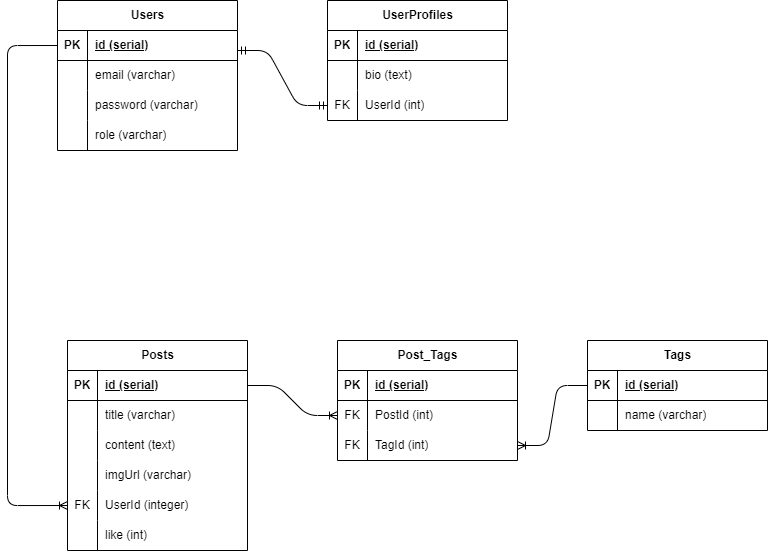
Earlier version of the draw.io export server/schema.drawio.png (MuhammadFikri98/IP-FIKRI). Source tidied: cells renumbered, new cells last; positions are measured from the earlier drawing's top-left corner, leaving out a move shared by most shapes.
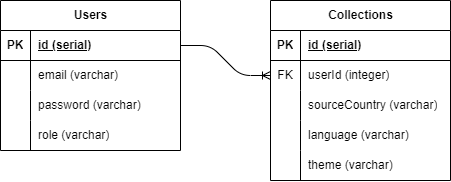
After the change.

What changed in the source:
```diff
@@ -3,7 +3,7 @@
     <mxCell id="0" />
     <mxCell id="1" parent="0" />
     <mxCell id="2" value="Users" style="shape=table;startSize=30;rowLines=0;fontStyle=1;align=center;html=1;" parent="1" vertex="1">
-      <mxGeometry x="50" width="180" height="150" as="geometry" />
+      <mxGeometry x="100" y="-20" width="180" height="150" as="geometry" />
     </mxCell>
     <mxCell id="3" style="shape=tableRow;horizontal=0;startSize=0;swimlaneHead=0;swimlaneBody=0;fillColor=none;points=[[0,0.5],[1,0.5]];portConstraint=eastwest;top=0;left=0;right=0;bottom=1;" parent="2" vertex="1">
       <mxGeometry y="30" width="180" height="30" as="geometry" />
@@ -41,8 +41,8 @@
     <mxCell id="14" value="role (varchar)" style="shape=partialRectangle;fillColor=none;top=0;left=0;bottom=0;right=0;align=left;spacingLeft=6;overflow=hidden;whiteSpace=wrap;html=1;" parent="12" vertex="1">
       <mxGeometry x="30" width="150" height="30" as="geometry" />
     </mxCell>
-    <mxCell id="15" value="Posts" style="shape=table;startSize=30;rowLines=0;fontStyle=1;align=center;html=1;" parent="1" vertex="1">
-      <mxGeometry x="60" y="340" width="180" height="210" as="geometry" />
+    <mxCell id="15" value="Collections" style="shape=table;startSize=30;rowLines=0;fontStyle=1;align=center;html=1;" parent="1" vertex="1">
+      <mxGeometry x="370" y="-20" width="180" height="180" as="geometry" />
     </mxCell>
     <mxCell id="16" style="shape=tableRow;horizontal=0;startSize=0;swimlaneHead=0;swimlaneBody=0;fillColor=none;points=[[0,0.5],[1,0.5]];portConstraint=eastwest;top=0;left=0;right=0;bottom=1;" parent="15" vertex="1">
       <mxGeometry y="30" width="180" height="30" as="geometry" />
@@ -56,152 +56,41 @@
     <mxCell id="19" style="shape=tableRow;horizontal=0;startSize=0;swimlaneHead=0;swimlaneBody=0;fillColor=none;points=[[0,0.5],[1,0.5]];portConstraint=eastwest;top=0;left=0;right=0;bottom=0;" parent="15" vertex="1">
       <mxGeometry y="60" width="180" height="30" as="geometry" />
     </mxCell>
-    <mxCell id="20" style="shape=partialRectangle;fillColor=none;top=0;left=0;bottom=0;right=0;overflow=hidden;whiteSpace=wrap;html=1;" parent="19" vertex="1">
+    <mxCell id="20" value="FK" style="shape=partialRectangle;fillColor=none;top=0;left=0;bottom=0;right=0;overflow=hidden;whiteSpace=wrap;html=1;" parent="19" vertex="1">
       <mxGeometry width="30" height="30" as="geometry" />
     </mxCell>
-    <mxCell id="21" value="title (varchar)" style="shape=partialRectangle;fillColor=none;top=0;left=0;bottom=0;right=0;align=left;spacingLeft=6;overflow=hidden;whiteSpace=wrap;html=1;" parent="19" vertex="1">
+    <mxCell id="21" value="&lt;span style=&quot;color: rgb(0, 0, 0);&quot;&gt;userId (integer)&lt;/span&gt;" style="shape=partialRectangle;fillColor=none;top=0;left=0;bottom=0;right=0;align=left;spacingLeft=6;overflow=hidden;whiteSpace=wrap;html=1;" parent="19" vertex="1">
       <mxGeometry x="30" width="150" height="30" as="geometry" />
     </mxCell>
+    <mxCell id="65" style="shape=tableRow;horizontal=0;startSize=0;swimlaneHead=0;swimlaneBody=0;fillColor=none;top=0;left=0;right=0;bottom=0;" parent="15" vertex="1">
+      <mxGeometry y="90" width="180" height="30" as="geometry" />
+    </mxCell>
+    <mxCell id="66" style="shape=partialRectangle;fillColor=none;top=0;left=0;bottom=0;right=0;overflow=hidden;whiteSpace=wrap;html=1;" parent="65" vertex="1">
+      <mxGeometry width="30" height="30" as="geometry" />
+    </mxCell>
+    <mxCell id="67" value="sourceCountry (varchar)" style="shape=partialRectangle;fillColor=none;top=0;left=0;bottom=0;right=0;align=left;spacingLeft=6;overflow=hidden;whiteSpace=wrap;html=1;" parent="65" vertex="1">
+      <mxGeometry x="30" width="150" height="30" as="geometry" />
+    </mxCell>
     <mxCell id="22" style="shape=tableRow;horizontal=0;startSize=0;swimlaneHead=0;swimlaneBody=0;fillColor=none;top=0;left=0;right=0;bottom=0;" parent="15" vertex="1">
-      <mxGeometry y="90" width="180" height="30" as="geometry" />
+      <mxGeometry y="120" width="180" height="30" as="geometry" />
     </mxCell>
     <mxCell id="23" style="shape=partialRectangle;fillColor=none;top=0;left=0;bottom=0;right=0;overflow=hidden;whiteSpace=wrap;html=1;" parent="22" vertex="1">
       <mxGeometry width="30" height="30" as="geometry" />
     </mxCell>
-    <mxCell id="24" value="content (text)" style="shape=partialRectangle;fillColor=none;top=0;left=0;bottom=0;right=0;align=left;spacingLeft=6;overflow=hidden;whiteSpace=wrap;html=1;" parent="22" vertex="1">
+    <mxCell id="24" value="language (varchar)" style="shape=partialRectangle;fillColor=none;top=0;left=0;bottom=0;right=0;align=left;spacingLeft=6;overflow=hidden;whiteSpace=wrap;html=1;" parent="22" vertex="1">
       <mxGeometry x="30" width="150" height="30" as="geometry" />
     </mxCell>
-    <mxCell id="25" style="shape=tableRow;horizontal=0;startSize=0;swimlaneHead=0;swimlaneBody=0;fillColor=none;top=0;left=0;right=0;bottom=0;" parent="15" vertex="1">
-      <mxGeometry y="120" width="180" height="30" as="geometry" />
-    </mxCell>
-    <mxCell id="26" style="shape=partialRectangle;fillColor=none;top=0;left=0;bottom=0;right=0;overflow=hidden;whiteSpace=wrap;html=1;" parent="25" vertex="1">
-      <mxGeometry width="30" height="30" as="geometry" />
-    </mxCell>
-    <mxCell id="27" value="imgUrl (varchar)" style="shape=partialRectangle;fillColor=none;top=0;left=0;bottom=0;right=0;align=left;spacingLeft=6;overflow=hidden;whiteSpace=wrap;html=1;" parent="25" vertex="1">
-      <mxGeometry x="30" width="150" height="30" as="geometry" />
-    </mxCell>
     <mxCell id="28" style="shape=tableRow;horizontal=0;startSize=0;swimlaneHead=0;swimlaneBody=0;fillColor=none;points=[[0,0.5],[1,0.5]];portConstraint=eastwest;top=0;left=0;right=0;bottom=0;" parent="15" vertex="1">
       <mxGeometry y="150" width="180" height="30" as="geometry" />
     </mxCell>
-    <mxCell id="29" value="FK" style="shape=partialRectangle;fillColor=none;top=0;left=0;bottom=0;right=0;overflow=hidden;whiteSpace=wrap;html=1;" parent="28" vertex="1">
-      <mxGeometry width="30" height="30" as="geometry" />
-    </mxCell>
-    <mxCell id="30" value="UserId (integer)" style="shape=partialRectangle;fillColor=none;top=0;left=0;bottom=0;right=0;align=left;spacingLeft=6;overflow=hidden;whiteSpace=wrap;html=1;" parent="28" vertex="1">
-      <mxGeometry x="30" width="150" height="30" as="geometry" />
-    </mxCell>
-    <mxCell id="31" style="shape=tableRow;horizontal=0;startSize=0;swimlaneHead=0;swimlaneBody=0;fillColor=none;top=0;left=0;right=0;bottom=0;" parent="15" vertex="1">
-      <mxGeometry y="180" width="180" height="30" as="geometry" />
-    </mxCell>
-    <mxCell id="32" style="shape=partialRectangle;fillColor=none;top=0;left=0;bottom=0;right=0;overflow=hidden;whiteSpace=wrap;html=1;" parent="31" vertex="1">
-      <mxGeometry width="30" height="30" as="geometry" />
-    </mxCell>
-    <mxCell id="33" value="like (int)" style="shape=partialRectangle;fillColor=none;top=0;left=0;bottom=0;right=0;align=left;spacingLeft=6;overflow=hidden;whiteSpace=wrap;html=1;" parent="31" vertex="1">
-      <mxGeometry x="30" width="150" height="30" as="geometry" />
-    </mxCell>
-    <mxCell id="34" value="Tags" style="shape=table;startSize=30;rowLines=0;fontStyle=1;align=center;html=1;" parent="1" vertex="1">
-      <mxGeometry x="580" y="340" width="180" height="90" as="geometry" />
-    </mxCell>
-    <mxCell id="35" style="shape=tableRow;horizontal=0;startSize=0;swimlaneHead=0;swimlaneBody=0;fillColor=none;points=[[0,0.5],[1,0.5]];portConstraint=eastwest;top=0;left=0;right=0;bottom=1;" parent="34" vertex="1">
-      <mxGeometry y="30" width="180" height="30" as="geometry" />
-    </mxCell>
-    <mxCell id="36" value="PK" style="shape=partialRectangle;fillColor=none;top=0;left=0;bottom=0;right=0;fontStyle=1;overflow=hidden;whiteSpace=wrap;html=1;" parent="35" vertex="1">
-      <mxGeometry width="30" height="30" as="geometry" />
-    </mxCell>
-    <mxCell id="37" value="id (serial)" style="shape=partialRectangle;fillColor=none;top=0;left=0;bottom=0;right=0;align=left;spacingLeft=6;fontStyle=5;overflow=hidden;whiteSpace=wrap;html=1;" parent="35" vertex="1">
-      <mxGeometry x="30" width="150" height="30" as="geometry" />
-    </mxCell>
-    <mxCell id="38" style="shape=tableRow;horizontal=0;startSize=0;swimlaneHead=0;swimlaneBody=0;fillColor=none;top=0;left=0;right=0;bottom=0;" parent="34" vertex="1">
-      <mxGeometry y="60" width="180" height="30" as="geometry" />
-    </mxCell>
-    <mxCell id="39" style="shape=partialRectangle;fillColor=none;top=0;left=0;bottom=0;right=0;overflow=hidden;whiteSpace=wrap;html=1;" parent="38" vertex="1">
-      <mxGeometry width="30" height="30" as="geometry" />
-    </mxCell>
-    <mxCell id="40" value="name (varchar)" style="shape=partialRectangle;fillColor=none;top=0;left=0;bottom=0;right=0;align=left;spacingLeft=6;overflow=hidden;whiteSpace=wrap;html=1;" parent="38" vertex="1">
-      <mxGeometry x="30" width="150" height="30" as="geometry" />
-    </mxCell>
-    <mxCell id="41" value="Post_Tags" style="shape=table;startSize=30;rowLines=0;fontStyle=1;align=center;html=1;" parent="1" vertex="1">
-      <mxGeometry x="330" y="340" width="180" height="120" as="geometry" />
-    </mxCell>
-    <mxCell id="42" style="shape=tableRow;horizontal=0;startSize=0;swimlaneHead=0;swimlaneBody=0;fillColor=none;top=0;left=0;right=0;bottom=1;" parent="41" vertex="1">
-      <mxGeometry y="30" width="180" height="30" as="geometry" />
-    </mxCell>
-    <mxCell id="43" value="PK" style="shape=partialRectangle;fillColor=none;top=0;left=0;bottom=0;right=0;fontStyle=1;overflow=hidden;whiteSpace=wrap;html=1;" parent="42" vertex="1">
-      <mxGeometry width="30" height="30" as="geometry" />
-    </mxCell>
-    <mxCell id="44" value="id (serial)" style="shape=partialRectangle;fillColor=none;top=0;left=0;bottom=0;right=0;align=left;spacingLeft=6;fontStyle=5;overflow=hidden;whiteSpace=wrap;html=1;" parent="42" vertex="1">
-      <mxGeometry x="30" width="150" height="30" as="geometry" />
-    </mxCell>
-    <mxCell id="45" style="shape=tableRow;horizontal=0;startSize=0;swimlaneHead=0;swimlaneBody=0;fillColor=none;points=[[0,0.5],[1,0.5]];portConstraint=eastwest;top=0;left=0;right=0;bottom=0;" parent="41" vertex="1">
-      <mxGeometry y="60" width="180" height="30" as="geometry" />
-    </mxCell>
-    <mxCell id="46" value="FK" style="shape=partialRectangle;fillColor=none;top=0;left=0;bottom=0;right=0;overflow=hidden;whiteSpace=wrap;html=1;" parent="45" vertex="1">
-      <mxGeometry width="30" height="30" as="geometry" />
-    </mxCell>
-    <mxCell id="47" value="PostId (int)" style="shape=partialRectangle;fillColor=none;top=0;left=0;bottom=0;right=0;align=left;spacingLeft=6;overflow=hidden;whiteSpace=wrap;html=1;" parent="45" vertex="1">
-      <mxGeometry x="30" width="150" height="30" as="geometry" />
-    </mxCell>
-    <mxCell id="48" style="shape=tableRow;horizontal=0;startSize=0;swimlaneHead=0;swimlaneBody=0;fillColor=none;points=[[0,0.5],[1,0.5]];portConstraint=eastwest;top=0;left=0;right=0;bottom=0;" parent="41" vertex="1">
-      <mxGeometry y="90" width="180" height="30" as="geometry" />
-    </mxCell>
-    <mxCell id="49" value="FK" style="shape=partialRectangle;fillColor=none;top=0;left=0;bottom=0;right=0;overflow=hidden;whiteSpace=wrap;html=1;" parent="48" vertex="1">
-      <mxGeometry width="30" height="30" as="geometry" />
-    </mxCell>
-    <mxCell id="50" value="TagId (int)" style="shape=partialRectangle;fillColor=none;top=0;left=0;bottom=0;right=0;align=left;spacingLeft=6;overflow=hidden;whiteSpace=wrap;html=1;" parent="48" vertex="1">
-      <mxGeometry x="30" width="150" height="30" as="geometry" />
-    </mxCell>
-    <mxCell id="51" value="UserProfiles" style="shape=table;startSize=30;rowLines=0;fontStyle=1;align=center;html=1;" parent="1" vertex="1">
-      <mxGeometry x="320" width="180" height="120" as="geometry" />
-    </mxCell>
-    <mxCell id="52" style="shape=tableRow;horizontal=0;startSize=0;swimlaneHead=0;swimlaneBody=0;fillColor=none;top=0;left=0;right=0;bottom=1;" parent="51" vertex="1">
-      <mxGeometry y="30" width="180" height="30" as="geometry" />
-    </mxCell>
-    <mxCell id="53" value="PK" style="shape=partialRectangle;fillColor=none;top=0;left=0;bottom=0;right=0;fontStyle=1;overflow=hidden;whiteSpace=wrap;html=1;" parent="52" vertex="1">
-      <mxGeometry width="30" height="30" as="geometry" />
-    </mxCell>
-    <mxCell id="54" value="id (serial)" style="shape=partialRectangle;fillColor=none;top=0;left=0;bottom=0;right=0;align=left;spacingLeft=6;fontStyle=5;overflow=hidden;whiteSpace=wrap;html=1;" parent="52" vertex="1">
-      <mxGeometry x="30" width="150" height="30" as="geometry" />
-    </mxCell>
-    <mxCell id="55" style="shape=tableRow;horizontal=0;startSize=0;swimlaneHead=0;swimlaneBody=0;fillColor=none;top=0;left=0;right=0;bottom=0;" parent="51" vertex="1">
-      <mxGeometry y="60" width="180" height="30" as="geometry" />
-    </mxCell>
-    <mxCell id="56" style="shape=partialRectangle;fillColor=none;top=0;left=0;bottom=0;right=0;overflow=hidden;whiteSpace=wrap;html=1;" parent="55" vertex="1">
-      <mxGeometry width="30" height="30" as="geometry" />
-    </mxCell>
-    <mxCell id="57" value="bio (text)" style="shape=partialRectangle;fillColor=none;top=0;left=0;bottom=0;right=0;align=left;spacingLeft=6;overflow=hidden;whiteSpace=wrap;html=1;" parent="55" vertex="1">
-      <mxGeometry x="30" width="150" height="30" as="geometry" />
-    </mxCell>
-    <mxCell id="58" style="shape=tableRow;horizontal=0;startSize=0;swimlaneHead=0;swimlaneBody=0;fillColor=none;points=[[0,0.5],[1,0.5]];portConstraint=eastwest;top=0;left=0;right=0;bottom=0;" parent="51" vertex="1">
-      <mxGeometry y="90" width="180" height="30" as="geometry" />
-    </mxCell>
-    <mxCell id="59" value="FK" style="shape=partialRectangle;fillColor=none;top=0;left=0;bottom=0;right=0;overflow=hidden;whiteSpace=wrap;html=1;" parent="58" vertex="1">
-      <mxGeometry width="30" height="30" as="geometry" />
-    </mxCell>
-    <mxCell id="60" value="UserId (int)" style="shape=partialRectangle;fillColor=none;top=0;left=0;bottom=0;right=0;align=left;spacingLeft=6;overflow=hidden;whiteSpace=wrap;html=1;" parent="58" vertex="1">
-      <mxGeometry x="30" width="150" height="30" as="geometry" />
-    </mxCell>
-    <mxCell id="61" style="edgeStyle=orthogonalEdgeStyle;fontSize=12;html=1;endArrow=ERoneToMany;exitX=0;exitY=0.5;exitDx=0;exitDy=0;entryX=0;entryY=0.5;entryDx=0;entryDy=0;" parent="1" edge="1" source="3" target="28">
-      <mxGeometry relative="1" as="geometry">
-        <Array as="points">
-          <mxPoint y="45" />
-          <mxPoint y="505" />
-        </Array>
-      </mxGeometry>
-    </mxCell>
-    <mxCell id="62" style="edgeStyle=entityRelationEdgeStyle;fontSize=12;html=1;endArrow=ERmandOne;startArrow=ERmandOne;entryX=0;entryY=0.5;entryDx=0;entryDy=0;" parent="1" edge="1" target="58">
-      <mxGeometry relative="1" as="geometry">
-        <mxPoint x="230" y="50" as="sourcePoint" />
-      </mxGeometry>
-    </mxCell>
-    <mxCell id="63" style="edgeStyle=entityRelationEdgeStyle;fontSize=12;html=1;endArrow=ERoneToMany;exitX=0;exitY=0.5;exitDx=0;exitDy=0;entryX=1;entryY=0.5;entryDx=0;entryDy=0;" parent="1" edge="1" source="35" target="48">
-      <mxGeometry relative="1" as="geometry">
-        <Array as="points">
-          <mxPoint x="600" y="580" />
-          <mxPoint x="560" y="630" />
-        </Array>
-      </mxGeometry>
-    </mxCell>
-    <mxCell id="64" style="edgeStyle=entityRelationEdgeStyle;fontSize=12;html=1;endArrow=ERoneToMany;entryX=0;entryY=0.5;entryDx=0;entryDy=0;exitX=1;exitY=0.5;exitDx=0;exitDy=0;" parent="1" edge="1" source="16" target="45">
-      <mxGeometry relative="1" as="geometry" />
-    </mxCell>
+    <mxCell id="68" style="shape=partialRectangle;fillColor=none;top=0;left=0;bottom=0;right=0;overflow=hidden;whiteSpace=wrap;html=1;" parent="28" vertex="1">
+      <mxGeometry width="30" height="30" as="geometry" />
+    </mxCell>
+    <mxCell id="69" value="theme (varchar)" style="shape=partialRectangle;fillColor=none;top=0;left=0;bottom=0;right=0;align=left;spacingLeft=6;overflow=hidden;whiteSpace=wrap;html=1;" parent="28" vertex="1">
+      <mxGeometry x="30" width="150" height="30" as="geometry" />
+    </mxCell>
+    <mxCell id="70" style="edgeStyle=entityRelationEdgeStyle;fontSize=12;html=1;endArrow=ERoneToMany;exitX=1;exitY=0.5;exitDx=0;exitDy=0;entryX=0;entryY=0.5;entryDx=0;entryDy=0;" parent="1" edge="1" source="3" target="19">
+      <mxGeometry relative="1" as="geometry" />
+    </mxCell>
   </root>
 </mxGraphModel>
```
